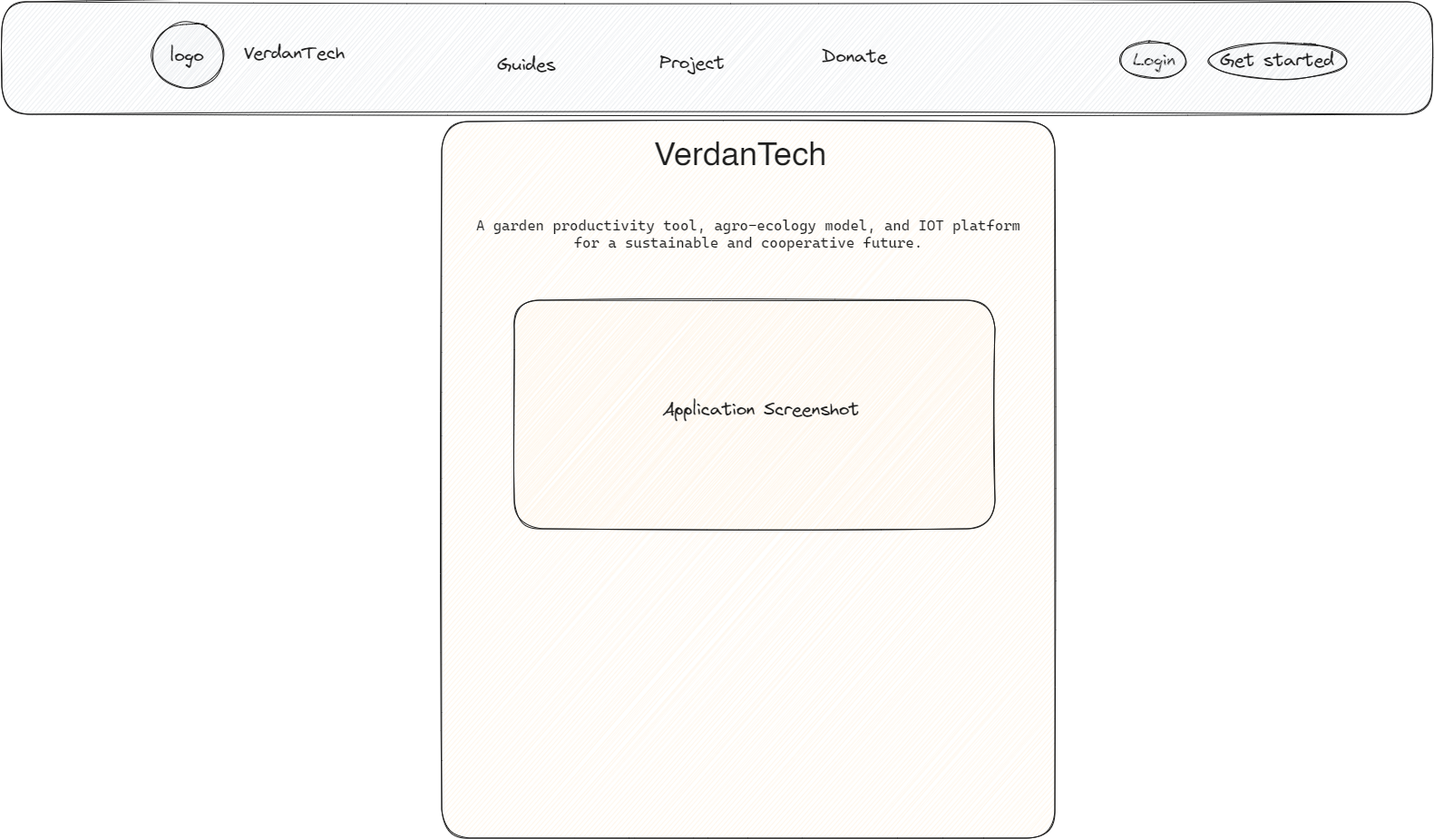
This is outline/static-pages/wireframes/landing.excalidraw.png from VerdanTech/Vdt-Webapp, a Excalidraw export, as it was before one commit. Source tidied: one line per element, renumbered; positions are measured from the earlier drawing's top-left corner, leaving out a move shared by most shapes. Source of this version:
```json
{"id": 0, "type": "rectangle", "strokeColor": "#1e1e1e", "backgroundColor": "#e9ecef", "fillStyle": "hachure", "strokeWidth": 1, "roughness": 1, "round": true, "x": 2, "y": 2, "width": 1577, "height": 124}
{"id": 1, "type": "ellipse", "strokeColor": "#1e1e1e", "backgroundColor": "#e9ecef", "fillStyle": "hachure", "strokeWidth": 1, "roughness": 1, "round": true, "x": 168, "y": 25, "width": 79, "height": 72}
{"id": 2, "type": "text", "text": "logo", "strokeColor": "#1e1e1e", "backgroundColor": "#e9ecef", "fillStyle": "hachure", "strokeWidth": 1, "roughness": 1, "fontSize": 20, "fontFamily": 1, "x": 187, "y": 49, "width": 37, "height": 25}
{"id": 3, "type": "text", "text": "VerdanTech", "strokeColor": "#1e1e1e", "backgroundColor": "#e9ecef", "fillStyle": "hachure", "strokeWidth": 1, "roughness": 1, "fontSize": 20, "fontFamily": 1, "x": 269, "y": 46, "width": 111, "height": 25}
{"id": 4, "type": "text", "text": "Login", "strokeColor": "#1e1e1e", "backgroundColor": "#e9ecef", "fillStyle": "hachure", "strokeWidth": 1, "roughness": 1, "fontSize": 20, "fontFamily": 1, "x": 1249, "y": 54, "width": 47, "height": 25}
{"id": 5, "type": "ellipse", "strokeColor": "#1e1e1e", "backgroundColor": "#e9ecef", "fillStyle": "hachure", "strokeWidth": 1, "roughness": 1, "round": true, "x": 1235, "y": 46, "width": 73, "height": 40}
{"id": 6, "type": "ellipse", "strokeColor": "#1e1e1e", "backgroundColor": "#e9ecef", "fillStyle": "hachure", "strokeWidth": 1, "roughness": 1, "round": true, "x": 1333, "y": 47, "width": 152, "height": 40}
{"id": 7, "type": "text", "text": "Get started", "strokeColor": "#1e1e1e", "backgroundColor": "#e9ecef", "fillStyle": "hachure", "strokeWidth": 1, "roughness": 1, "fontSize": 20, "fontFamily": 1, "x": 1345, "y": 54, "width": 126, "height": 25}
{"id": 8, "type": "text", "text": "Guides", "strokeColor": "#1e1e1e", "backgroundColor": "#e9ecef", "fillStyle": "hachure", "strokeWidth": 1, "roughness": 1, "fontSize": 20, "fontFamily": 1, "x": 548, "y": 59, "width": 65, "height": 25}
{"id": 9, "type": "text", "text": "Project", "strokeColor": "#1e1e1e", "backgroundColor": "#e9ecef", "fillStyle": "hachure", "strokeWidth": 1, "roughness": 1, "fontSize": 20, "fontFamily": 1, "x": 727, "y": 57, "width": 72, "height": 25}
{"id": 10, "type": "text", "text": "Donate", "strokeColor": "#1e1e1e", "backgroundColor": "#e9ecef", "fillStyle": "hachure", "strokeWidth": 1, "roughness": 1, "fontSize": 20, "fontFamily": 1, "x": 906, "y": 50, "width": 72, "height": 25}
{"id": 11, "type": "rectangle", "strokeColor": "#1e1e1e", "backgroundColor": "#fff4e6", "fillStyle": "hachure", "strokeWidth": 1, "roughness": 1, "round": true, "x": 487, "y": 134, "width": 676, "height": 790}
{"id": 12, "type": "text", "text": "VerdanTech", "strokeColor": "#1e1e1e", "backgroundColor": "#fff4e6", "fillStyle": "hachure", "strokeWidth": 1, "roughness": 1, "fontSize": 36, "fontFamily": 2, "x": 721, "y": 149, "width": 190, "height": 41}
{"id": 13, "type": "text", "text": "A garden productivity tool, agro-ecology model, and IOT platform\nfor a sustainable and cooperative future.\n", "strokeColor": "#1e1e1e", "backgroundColor": "#fff4e6", "fillStyle": "hachure", "strokeWidth": 1, "roughness": 1, "fontSize": 16, "fontFamily": 3, "textAlign": "center", "x": 525, "y": 239, "width": 600, "height": 58}
{"id": 14, "type": "rectangle", "strokeColor": "#1e1e1e", "backgroundColor": "#fff4e6", "fillStyle": "hachure", "strokeWidth": 1, "roughness": 1, "round": true, "x": 567, "y": 331, "width": 530, "height": 252}
{"id": 15, "type": "text", "text": "Application Screenshot", "strokeColor": "#1e1e1e", "backgroundColor": "#fff4e6", "fillStyle": "hachure", "strokeWidth": 1, "roughness": 1, "fontSize": 20, "fontFamily": 1, "textAlign": "center", "x": 730, "y": 438, "width": 217, "height": 25}
{"id": 16, "type": "frame", "strokeColor": "#bbb", "strokeWidth": 1, "roughness": 0, "x": 0, "y": 0, "width": 1581, "height": 925}
```
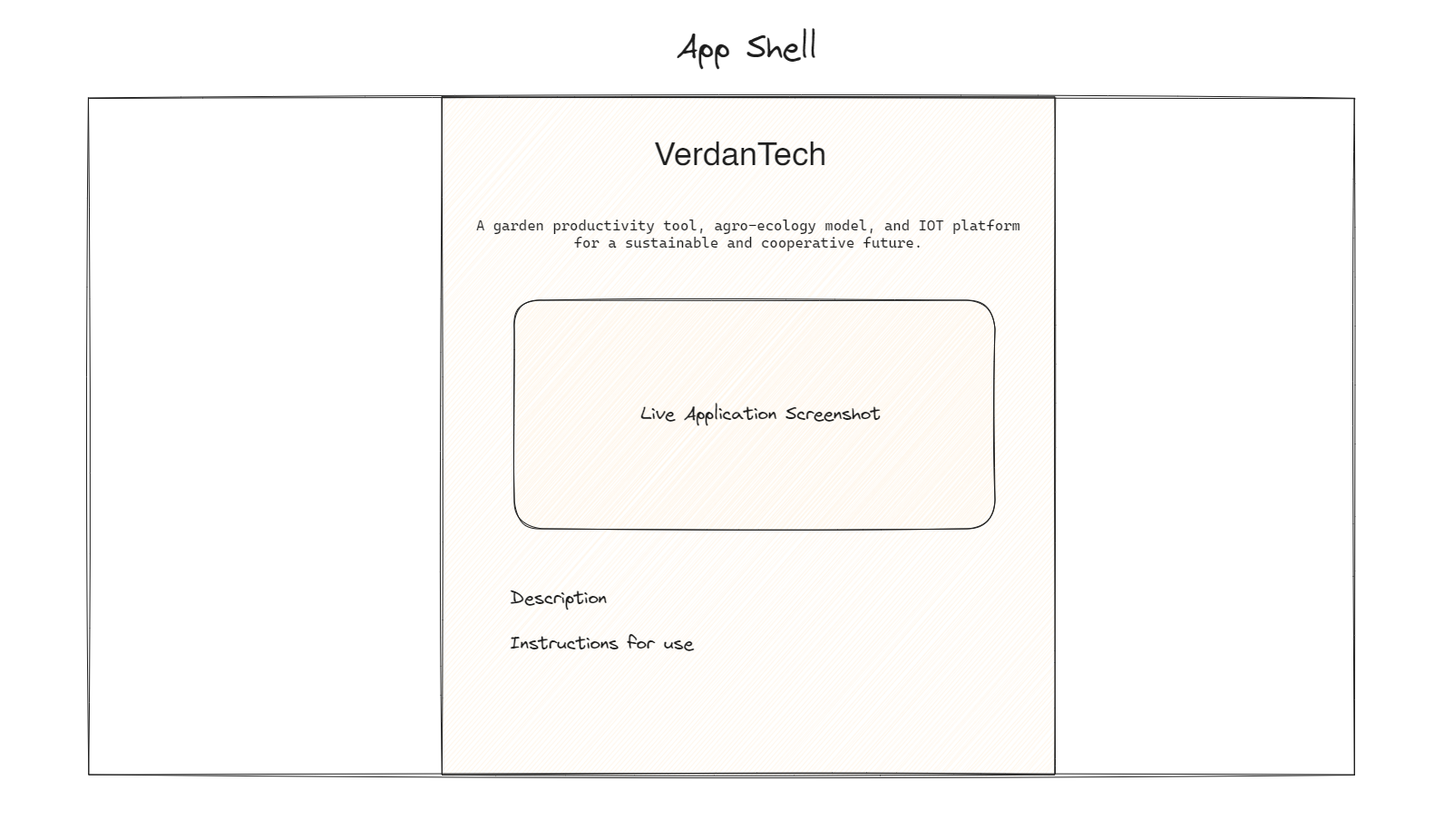
The same diagram one commit later.

Diff of the diagram source:
```diff
@@ -1,17 +1,9 @@
-{"id": 0, "type": "rectangle", "strokeColor": "#1e1e1e", "backgroundColor": "#e9ecef", "fillStyle": "hachure", "strokeWidth": 1, "roughness": 1, "round": true, "x": 2, "y": 2, "width": 1577, "height": 124}
-{"id": 1, "type": "ellipse", "strokeColor": "#1e1e1e", "backgroundColor": "#e9ecef", "fillStyle": "hachure", "strokeWidth": 1, "roughness": 1, "round": true, "x": 168, "y": 25, "width": 79, "height": 72}
-{"id": 2, "type": "text", "text": "logo", "strokeColor": "#1e1e1e", "backgroundColor": "#e9ecef", "fillStyle": "hachure", "strokeWidth": 1, "roughness": 1, "fontSize": 20, "fontFamily": 1, "x": 187, "y": 49, "width": 37, "height": 25}
-{"id": 3, "type": "text", "text": "VerdanTech", "strokeColor": "#1e1e1e", "backgroundColor": "#e9ecef", "fillStyle": "hachure", "strokeWidth": 1, "roughness": 1, "fontSize": 20, "fontFamily": 1, "x": 269, "y": 46, "width": 111, "height": 25}
-{"id": 4, "type": "text", "text": "Login", "strokeColor": "#1e1e1e", "backgroundColor": "#e9ecef", "fillStyle": "hachure", "strokeWidth": 1, "roughness": 1, "fontSize": 20, "fontFamily": 1, "x": 1249, "y": 54, "width": 47, "height": 25}
-{"id": 5, "type": "ellipse", "strokeColor": "#1e1e1e", "backgroundColor": "#e9ecef", "fillStyle": "hachure", "strokeWidth": 1, "roughness": 1, "round": true, "x": 1235, "y": 46, "width": 73, "height": 40}
-{"id": 6, "type": "ellipse", "strokeColor": "#1e1e1e", "backgroundColor": "#e9ecef", "fillStyle": "hachure", "strokeWidth": 1, "roughness": 1, "round": true, "x": 1333, "y": 47, "width": 152, "height": 40}
-{"id": 7, "type": "text", "text": "Get started", "strokeColor": "#1e1e1e", "backgroundColor": "#e9ecef", "fillStyle": "hachure", "strokeWidth": 1, "roughness": 1, "fontSize": 20, "fontFamily": 1, "x": 1345, "y": 54, "width": 126, "height": 25}
-{"id": 8, "type": "text", "text": "Guides", "strokeColor": "#1e1e1e", "backgroundColor": "#e9ecef", "fillStyle": "hachure", "strokeWidth": 1, "roughness": 1, "fontSize": 20, "fontFamily": 1, "x": 548, "y": 59, "width": 65, "height": 25}
-{"id": 9, "type": "text", "text": "Project", "strokeColor": "#1e1e1e", "backgroundColor": "#e9ecef", "fillStyle": "hachure", "strokeWidth": 1, "roughness": 1, "fontSize": 20, "fontFamily": 1, "x": 727, "y": 57, "width": 72, "height": 25}
-{"id": 10, "type": "text", "text": "Donate", "strokeColor": "#1e1e1e", "backgroundColor": "#e9ecef", "fillStyle": "hachure", "strokeWidth": 1, "roughness": 1, "fontSize": 20, "fontFamily": 1, "x": 906, "y": 50, "width": 72, "height": 25}
-{"id": 11, "type": "rectangle", "strokeColor": "#1e1e1e", "backgroundColor": "#fff4e6", "fillStyle": "hachure", "strokeWidth": 1, "roughness": 1, "round": true, "x": 487, "y": 134, "width": 676, "height": 790}
+{"id": 11, "type": "rectangle", "strokeColor": "#1e1e1e", "backgroundColor": "#fff4e6", "fillStyle": "hachure", "strokeWidth": 1, "roughness": 1, "x": 487, "y": 107, "width": 676, "height": 747}
 {"id": 12, "type": "text", "text": "VerdanTech", "strokeColor": "#1e1e1e", "backgroundColor": "#fff4e6", "fillStyle": "hachure", "strokeWidth": 1, "roughness": 1, "fontSize": 36, "fontFamily": 2, "x": 721, "y": 149, "width": 190, "height": 41}
 {"id": 13, "type": "text", "text": "A garden productivity tool, agro-ecology model, and IOT platform\nfor a sustainable and cooperative future.\n", "strokeColor": "#1e1e1e", "backgroundColor": "#fff4e6", "fillStyle": "hachure", "strokeWidth": 1, "roughness": 1, "fontSize": 16, "fontFamily": 3, "textAlign": "center", "x": 525, "y": 239, "width": 600, "height": 58}
 {"id": 14, "type": "rectangle", "strokeColor": "#1e1e1e", "backgroundColor": "#fff4e6", "fillStyle": "hachure", "strokeWidth": 1, "roughness": 1, "round": true, "x": 567, "y": 331, "width": 530, "height": 252}
-{"id": 15, "type": "text", "text": "Application Screenshot", "strokeColor": "#1e1e1e", "backgroundColor": "#fff4e6", "fillStyle": "hachure", "strokeWidth": 1, "roughness": 1, "fontSize": 20, "fontFamily": 1, "textAlign": "center", "x": 730, "y": 438, "width": 217, "height": 25}
+{"id": 15, "type": "text", "text": "Live Application Screenshot", "strokeColor": "#1e1e1e", "backgroundColor": "#fff4e6", "fillStyle": "hachure", "strokeWidth": 1, "roughness": 1, "fontSize": 20, "fontFamily": 1, "textAlign": "center", "x": 706, "y": 444, "width": 265, "height": 25}
+{"id": 17, "type": "text", "text": "Description\n\nInstructions for use", "strokeColor": "#1e1e1e", "strokeWidth": 1, "roughness": 1, "fontSize": 20, "fontFamily": 1, "x": 562, "y": 646, "width": 202, "height": 75}
+{"id": 18, "type": "text", "text": "App Shell", "strokeColor": "#1e1e1e", "backgroundColor": "#ffec99", "fillStyle": "hachure", "strokeWidth": 1, "roughness": 1, "fontSize": 36, "fontFamily": 1, "x": 746, "y": 30, "width": 155, "height": 45}
+{"id": 19, "type": "rectangle", "strokeColor": "#1e1e1e", "strokeWidth": 1, "roughness": 1, "x": 98, "y": 108, "width": 1396, "height": 746}
 {"id": 16, "type": "frame", "strokeColor": "#bbb", "strokeWidth": 1, "roughness": 0, "x": 0, "y": 0, "width": 1581, "height": 925}
```
